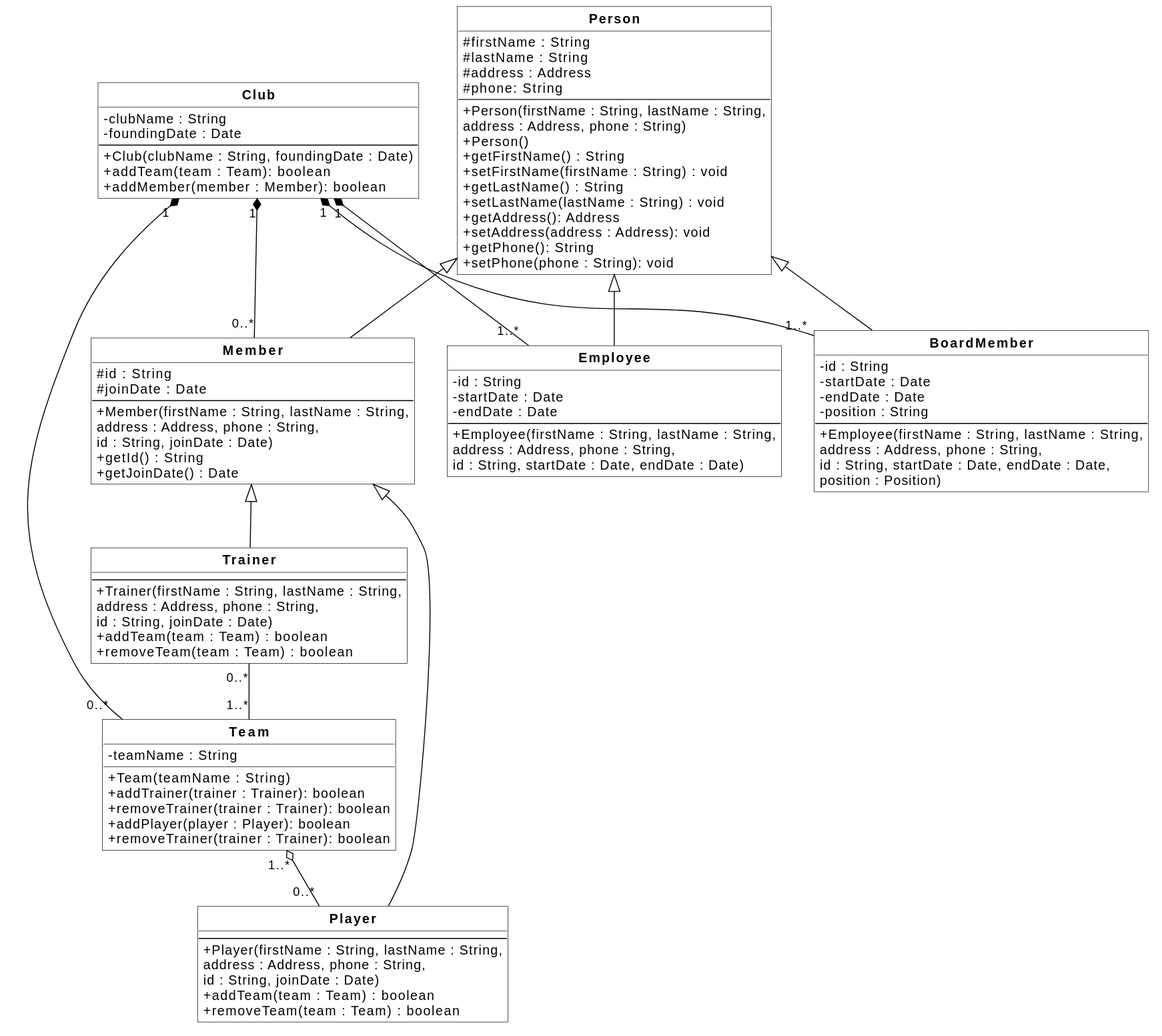
Earlier version of the PlantUML export prog/club-with-relations.svg (mhimstedt/mhimstedt.github.io). The source it was exported from:
```plantuml
@startuml
skinparam shadowing false
skinparam roundcorner 0
skinparam classAttributeIconSize 0
skinparam ClassFontStyle bold
hide circle

skinparam class {
    BackgroundColor white
    BorderColor black
    ArrowColor black
}

class Person {
    # firstName : String
    # lastName : String
    # address : Address
    # phone: String
    --
    + Person(firstName : String, lastName : String,
      address : Address, phone : String)
    + Person()
    + getFirstName() : String
    + setFirstName(firstName : String) : void
    + getLastName() : String
    + setLastName(lastName : String) : void
    + getAddress(): Address
    + setAddress(address : Address): void
    + getPhone(): String
    + setPhone(phone : String): void
}


class Member {
    # id : String
    # joinDate : Date
    --
    + Member(firstName : String, lastName : String,
      address : Address, phone : String,
      id : String, joinDate : Date)
    + getId() : String
    + getJoinDate() : Date
}

class Player {
    --
    + Player(firstName : String, lastName : String,
      address : Address, phone : String,
      id : String, joinDate : Date)
    + addTeam(team : Team) : boolean
    + removeTeam(team : Team) : boolean
}

class Trainer {
    --
    + Trainer(firstName : String, lastName : String,
      address : Address, phone : String,
      id : String, joinDate : Date)
    + addTeam(team : Team) : boolean
    + removeTeam(team : Team) : boolean
}


class Team {
    - teamName : String

    + Team(teamName : String)
    + addTrainer(trainer : Trainer): boolean
    + removeTrainer(trainer : Trainer): boolean
    + addPlayer(player : Player): boolean
    + removeTrainer(trainer : Trainer): boolean
}

class Club {
    - clubName : String
    - foundingDate : Date
    --
    + Club(clubName : String, foundingDate : Date)
    + addTeam(team : Team): boolean
    + addMember(member : Member): boolean
}

class Employee {
    - id : String
    - startDate : Date
    - endDate : Date
    --
    + Employee(firstName : String, lastName : String,
    address : Address, phone : String,
    id : String, startDate : Date, endDate : Date)
}

class BoardMember {
    - id : String
    - startDate : Date
    - endDate : Date
    - position : String
    --
    + Employee(firstName : String, lastName : String,
    address : Address, phone : String,
    id : String, startDate : Date, endDate : Date,
    position : Position)
}


Person <|-- Member
Member <|-- Player
Member <|-- Trainer
Person <|-- BoardMember
Person <|-- Employee



Team "1..*" o-- "0..*" Player

Trainer "0..*" -- "1..*" Team

Club "1" *-- "0..*" Team

Club "1" *-- "0..*" Member

Club "1" *-- "1..*" BoardMember

Club "1" *-- "1..*" Employee
@enduml
```
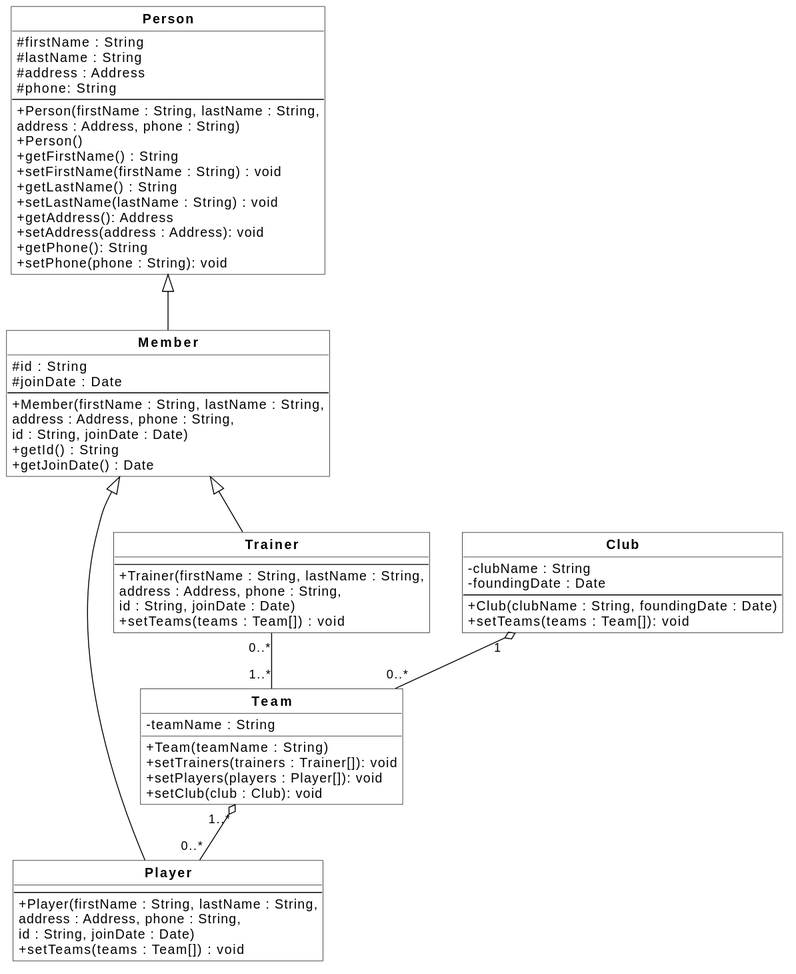
Above is the later version.

Commit message:
Update fmt.Println message from 'Hello' to 'Goodbye'

The edit, as a diff of the source:
```diff
@@ -47,8 +47,7 @@
     + Player(firstName : String, lastName : String,
       address : Address, phone : String,
       id : String, joinDate : Date)
-    + addTeam(team : Team) : boolean
-    + removeTeam(team : Team) : boolean
+    + setTeams(teams : Team[]) : void
 }
 
 class Trainer {
@@ -56,8 +55,7 @@
     + Trainer(firstName : String, lastName : String,
       address : Address, phone : String,
       id : String, joinDate : Date)
-    + addTeam(team : Team) : boolean
-    + removeTeam(team : Team) : boolean
+    + setTeams(teams : Team[]) : void
 }
 
 
@@ -65,10 +63,9 @@
     - teamName : String
 
     + Team(teamName : String)
-    + addTrainer(trainer : Trainer): boolean
-    + removeTrainer(trainer : Trainer): boolean
-    + addPlayer(player : Player): boolean
-    + removeTrainer(trainer : Trainer): boolean
+    + setTrainers(trainers : Trainer[]): void
+    + setPlayers(players : Player[]): void
+    + setClub(club : Club): void
 }
 
 class Club {
@@ -76,38 +73,14 @@
     - foundingDate : Date
     --
     + Club(clubName : String, foundingDate : Date)
-    + addTeam(team : Team): boolean
-    + addMember(member : Member): boolean
+    + setTeams(teams : Team[]): void
 }
 
-class Employee {
-    - id : String
-    - startDate : Date
-    - endDate : Date
-    --
-    + Employee(firstName : String, lastName : String,
-    address : Address, phone : String,
-    id : String, startDate : Date, endDate : Date)
-}
-
-class BoardMember {
-    - id : String
-    - startDate : Date
-    - endDate : Date
-    - position : String
-    --
-    + Employee(firstName : String, lastName : String,
-    address : Address, phone : String,
-    id : String, startDate : Date, endDate : Date,
-    position : Position)
-}
 
 
 Person <|-- Member
 Member <|-- Player
 Member <|-- Trainer
-Person <|-- BoardMember
-Person <|-- Employee
 
 
 
@@ -115,11 +88,5 @@
 
 Trainer "0..*" -- "1..*" Team
 
-Club "1" *-- "0..*" Team
-
-Club "1" *-- "0..*" Member
-
-Club "1" *-- "1..*" BoardMember
-
-Club "1" *-- "1..*" Employee
+Club "1" o-- "0..*" Team
 @enduml
```
